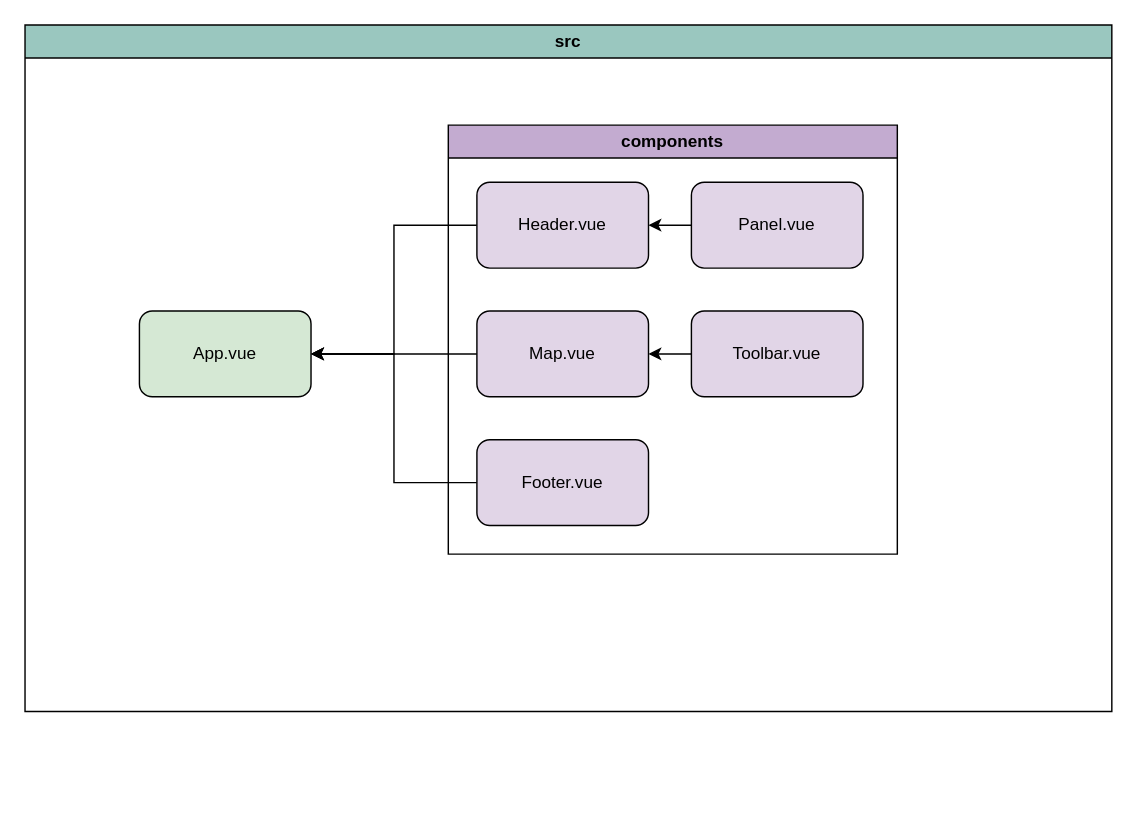
IlonaBaran/oracles keeps this draw.io diagram as page "Archi Vue" (7 of 8) of UML_diagrams.drawio. Above is the earlier version. Source tidied: cells renumbered, new cells numbered last; positions are measured from the earlier drawing's top-left corner, leaving out a move shared by most shapes. Both pictures are drawn from the tidied source at 143%, with x=0, y=0 at pixel (24, 24).
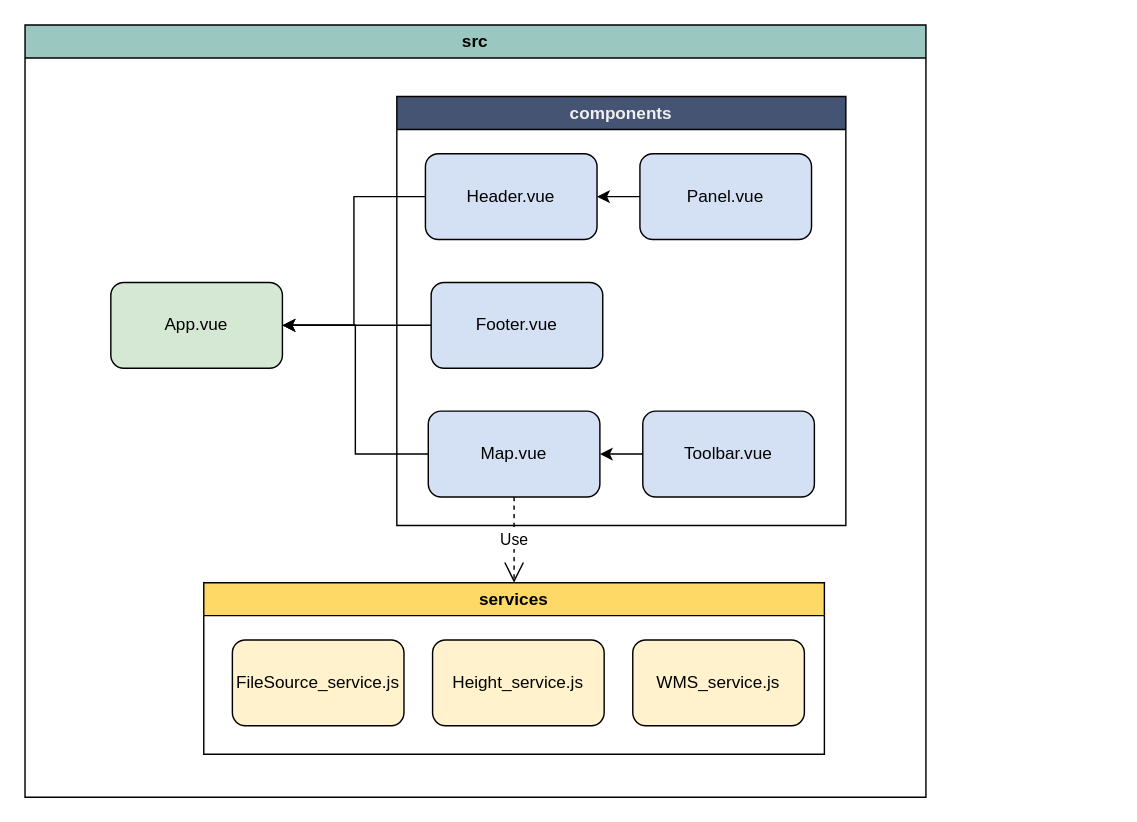
The same diagram, later.

What changed in the source:
```diff
@@
 <mxGraphModel>
   <root>
     <mxCell id="0" />
     <mxCell id="1" parent="0" />
     <mxCell id="2" value="src" style="swimlane;whiteSpace=wrap;html=1;fillColor=#9AC7BF;" parent="1" vertex="1">
-      <mxGeometry width="760" height="480" as="geometry" />
+      <mxGeometry width="630" height="540" as="geometry" />
     </mxCell>
     <mxCell id="3" value="App.vue" style="rounded=1;whiteSpace=wrap;html=1;fillColor=#D5E8D4;" parent="2" vertex="1">
-      <mxGeometry x="80" y="200" width="120" height="60" as="geometry" />
+      <mxGeometry x="60" y="180" width="120" height="60" as="geometry" />
     </mxCell>
     <mxCell id="4" style="edgeStyle=orthogonalEdgeStyle;rounded=0;jettySize=auto;html=1;entryX=1;entryY=0.5;entryDx=0;entryDy=0;" parent="2" edge="1" source="11" target="3">
       <mxGeometry relative="1" as="geometry" />
     </mxCell>
     <mxCell id="5" style="edgeStyle=orthogonalEdgeStyle;rounded=0;jettySize=auto;html=1;entryX=1;entryY=0.5;entryDx=0;entryDy=0;" parent="2" edge="1" source="8" target="3">
       <mxGeometry relative="1" as="geometry" />
     </mxCell>
     <mxCell id="6" style="edgeStyle=orthogonalEdgeStyle;rounded=0;jettySize=auto;html=1;entryX=1;entryY=0.5;entryDx=0;entryDy=0;" parent="2" edge="1" source="14" target="3">
       <mxGeometry relative="1" as="geometry" />
     </mxCell>
-    <mxCell id="7" value="components" style="swimlane;whiteSpace=wrap;html=1;fillColor=#C3ABD0;" parent="2" vertex="1">
-      <mxGeometry x="296" y="70" width="314" height="300" as="geometry" />
+    <mxCell id="7" value="&lt;font color=&quot;#f0f0f0&quot;&gt;components&lt;/font&gt;" style="swimlane;whiteSpace=wrap;html=1;fillColor=#455473;" parent="2" vertex="1">
+      <mxGeometry x="260" y="50" width="314" height="300" as="geometry" />
     </mxCell>
-    <mxCell id="8" value="Header.vue" style="rounded=1;whiteSpace=wrap;html=1;fillColor=#E1D5E7;" parent="7" vertex="1">
+    <mxCell id="8" value="Header.vue" style="rounded=1;whiteSpace=wrap;html=1;fillColor=#D4E1F5;" parent="7" vertex="1">
       <mxGeometry x="20" y="40" width="120" height="60" as="geometry" />
     </mxCell>
     <mxCell id="9" style="edgeStyle=orthogonalEdgeStyle;rounded=0;jettySize=auto;html=1;entryX=1;entryY=0.5;entryDx=0;entryDy=0;" parent="7" edge="1" source="10" target="8">
       <mxGeometry relative="1" as="geometry" />
     </mxCell>
-    <mxCell id="10" value="Panel.vue" style="rounded=1;whiteSpace=wrap;html=1;fillColor=#E1D5E7;" parent="7" vertex="1">
+    <mxCell id="10" value="Panel.vue" style="rounded=1;whiteSpace=wrap;html=1;fillColor=#D4E1F5;" parent="7" vertex="1">
       <mxGeometry x="170" y="40" width="120" height="60" as="geometry" />
     </mxCell>
-    <mxCell id="11" value="Map.vue" style="rounded=1;whiteSpace=wrap;html=1;fillColor=#E1D5E7;" parent="7" vertex="1">
-      <mxGeometry x="20" y="130" width="120" height="60" as="geometry" />
+    <mxCell id="11" value="Map.vue" style="rounded=1;whiteSpace=wrap;html=1;fillColor=#D4E1F5;" parent="7" vertex="1">
+      <mxGeometry x="22" y="220" width="120" height="60" as="geometry" />
     </mxCell>
     <mxCell id="12" style="edgeStyle=orthogonalEdgeStyle;rounded=0;jettySize=auto;html=1;entryX=1;entryY=0.5;entryDx=0;entryDy=0;" parent="7" edge="1" source="13" target="11">
       <mxGeometry relative="1" as="geometry" />
     </mxCell>
-    <mxCell id="13" value="Toolbar.vue" style="rounded=1;whiteSpace=wrap;html=1;fillColor=#E1D5E7;" parent="7" vertex="1">
-      <mxGeometry x="170" y="130" width="120" height="60" as="geometry" />
+    <mxCell id="13" value="Toolbar.vue" style="rounded=1;whiteSpace=wrap;html=1;fillColor=#D4E1F5;" parent="7" vertex="1">
+      <mxGeometry x="172" y="220" width="120" height="60" as="geometry" />
     </mxCell>
-    <mxCell id="14" value="Footer.vue" style="rounded=1;whiteSpace=wrap;html=1;fillColor=#E1D5E7;" parent="7" vertex="1">
-      <mxGeometry x="20" y="220" width="120" height="60" as="geometry" />
+    <mxCell id="14" value="Footer.vue" style="rounded=1;whiteSpace=wrap;html=1;fillColor=#D4E1F5;" parent="7" vertex="1">
+      <mxGeometry x="24" y="130" width="120" height="60" as="geometry" />
     </mxCell>
+    <mxCell id="15" value="services" style="swimlane;whiteSpace=wrap;html=1;fillColor=#FFD966;" parent="2" vertex="1">
+      <mxGeometry x="125" y="390" width="434" height="120" as="geometry" />
+    </mxCell>
+    <mxCell id="16" value="WMS_service.js" style="rounded=1;whiteSpace=wrap;html=1;fillColor=#FFF2CC;" parent="15" vertex="1">
+      <mxGeometry x="300" y="40" width="120" height="60" as="geometry" />
+    </mxCell>
+    <mxCell id="17" value="FileSource_service.js" style="rounded=1;whiteSpace=wrap;html=1;fillColor=#FFF2CC;" parent="15" vertex="1">
+      <mxGeometry x="20" y="40" width="120" height="60" as="geometry" />
+    </mxCell>
+    <mxCell id="18" value="Height_service.js" style="rounded=1;whiteSpace=wrap;html=1;fillColor=#FFF2CC;" parent="15" vertex="1">
+      <mxGeometry x="160" y="40" width="120" height="60" as="geometry" />
+    </mxCell>
+    <mxCell id="19" value="Use" style="endArrow=open;endSize=12;dashed=1;html=1;rounded=0;entryX=0.5;entryY=0;entryDx=0;entryDy=0;exitX=0.5;exitY=1;exitDx=0;exitDy=0;" parent="2" edge="1" source="11" target="15">
+      <mxGeometry relative="1" as="geometry" />
+    </mxCell>
   </root>
 </mxGraphModel>
```
